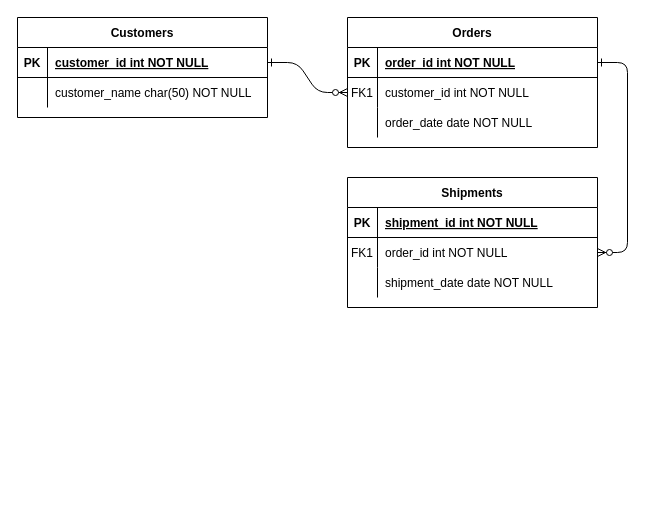
trade2win/sp500-competition keeps this draw.io diagram as database/db-design.drawio. Above is the earlier version. Source tidied: cells renumbered, new cells numbered last; positions are measured from the earlier drawing's top-left corner, leaving out a move shared by most shapes. Both pictures are drawn from the tidied source at 100%, with x=0, y=0 at pixel (17, 17).
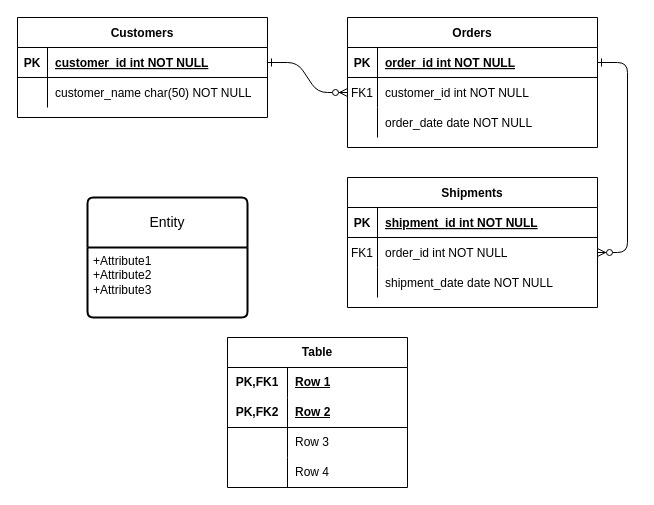
The same page after the edit.

The edit, as a diff of the source:
```diff
@@
+    <mxCell id="31" value="Table" style="shape=table;startSize=30;childLayout=tableLayout;rowLines=0;fontStyle=1;align=center;html=1;whiteSpace=wrap;" parent="1" vertex="1">
+      <mxGeometry x="210" y="320" width="180" height="150" as="geometry" />
+    </mxCell>
+    <mxCell id="32" style="shape=tableRow;horizontal=0;startSize=0;swimlaneHead=0;swimlaneBody=0;fillColor=none;top=0;left=0;right=0;bottom=0;html=1;" parent="31" vertex="1">
+      <mxGeometry y="30" width="180" height="30" as="geometry" />
+    </mxCell>
+    <mxCell id="33" value="PK,FK1" style="shape=partialRectangle;fillColor=none;top=0;left=0;bottom=0;right=0;fontStyle=1;overflow=hidden;html=1;whiteSpace=wrap;" parent="32" vertex="1">
+      <mxGeometry width="60" height="30" as="geometry" />
+    </mxCell>
+    <mxCell id="34" value="Row 1" style="shape=partialRectangle;fillColor=none;top=0;left=0;bottom=0;right=0;align=left;spacingLeft=6;fontStyle=5;overflow=hidden;html=1;whiteSpace=wrap;" parent="32" vertex="1">
+      <mxGeometry x="60" width="120" height="30" as="geometry" />
+    </mxCell>
+    <mxCell id="35" style="shape=tableRow;horizontal=0;startSize=0;swimlaneHead=0;swimlaneBody=0;fillColor=none;top=0;left=0;right=0;bottom=1;html=1;" parent="31" vertex="1">
+      <mxGeometry y="60" width="180" height="30" as="geometry" />
+    </mxCell>
+    <mxCell id="36" value="PK,FK2" style="shape=partialRectangle;fillColor=none;top=0;left=0;bottom=0;right=0;fontStyle=1;overflow=hidden;html=1;whiteSpace=wrap;" parent="35" vertex="1">
+      <mxGeometry width="60" height="30" as="geometry" />
+    </mxCell>
+    <mxCell id="37" value="Row 2" style="shape=partialRectangle;fillColor=none;top=0;left=0;bottom=0;right=0;align=left;spacingLeft=6;fontStyle=5;overflow=hidden;html=1;whiteSpace=wrap;" parent="35" vertex="1">
+      <mxGeometry x="60" width="120" height="30" as="geometry" />
+    </mxCell>
+    <mxCell id="38" style="shape=tableRow;horizontal=0;startSize=0;swimlaneHead=0;swimlaneBody=0;fillColor=none;top=0;left=0;right=0;bottom=0;html=1;" parent="31" vertex="1">
+      <mxGeometry y="90" width="180" height="30" as="geometry" />
+    </mxCell>
+    <mxCell id="39" style="shape=partialRectangle;fillColor=none;top=0;left=0;bottom=0;right=0;overflow=hidden;html=1;whiteSpace=wrap;" parent="38" vertex="1">
+      <mxGeometry width="60" height="30" as="geometry" />
+    </mxCell>
+    <mxCell id="40" value="Row 3" style="shape=partialRectangle;fillColor=none;top=0;left=0;bottom=0;right=0;align=left;spacingLeft=6;overflow=hidden;html=1;whiteSpace=wrap;" parent="38" vertex="1">
+      <mxGeometry x="60" width="120" height="30" as="geometry" />
+    </mxCell>
+    <mxCell id="41" style="shape=tableRow;horizontal=0;startSize=0;swimlaneHead=0;swimlaneBody=0;fillColor=none;top=0;left=0;right=0;bottom=0;html=1;" parent="31" vertex="1">
+      <mxGeometry y="120" width="180" height="30" as="geometry" />
+    </mxCell>
+    <mxCell id="42" style="shape=partialRectangle;fillColor=none;top=0;left=0;bottom=0;right=0;overflow=hidden;html=1;whiteSpace=wrap;" parent="41" vertex="1">
+      <mxGeometry width="60" height="30" as="geometry" />
+    </mxCell>
+    <mxCell id="43" value="Row 4" style="shape=partialRectangle;fillColor=none;top=0;left=0;bottom=0;right=0;align=left;spacingLeft=6;overflow=hidden;html=1;whiteSpace=wrap;" parent="41" vertex="1">
+      <mxGeometry x="60" width="120" height="30" as="geometry" />
+    </mxCell>
+    <mxCell id="44" value="Entity" style="swimlane;horizontal=1;startSize=50;rounded=1;fontSize=14;fontStyle=0;strokeWidth=2;shadow=0;dashed=0;align=center;arcSize=4;whiteSpace=wrap;html=1;" parent="1" vertex="1">
+      <mxGeometry x="70" y="180" width="160" height="120" as="geometry" />
+    </mxCell>
+    <mxCell id="45" value="+Attribute1&#10;+Attribute2&#10;+Attribute3" style="align=left;strokeColor=none;fillColor=none;spacingLeft=4;fontSize=12;verticalAlign=top;html=1;" parent="44" vertex="1">
+      <mxGeometry y="50" width="160" height="70" as="geometry" />
+    </mxCell>
```
